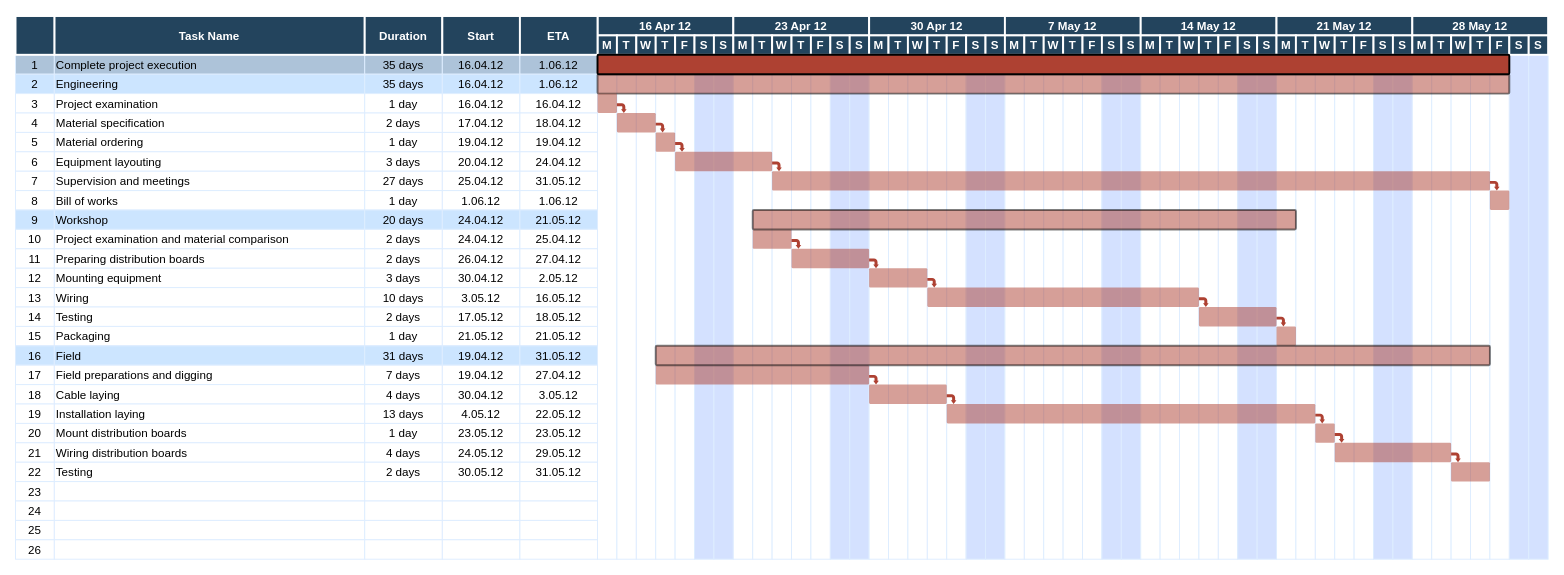
LiLiJacky/graphData keeps this draw.io diagram as page "Page-1" (1 of 2) of 甘特图.drawio. Above is the earlier version. Source tidied: cells renumbered, new cells numbered last; positions are measured from the earlier drawing's top-left corner, leaving out a move shared by most shapes. Both pictures are drawn from the tidied source at 97%, with x=0, y=0 at pixel (15, 16).
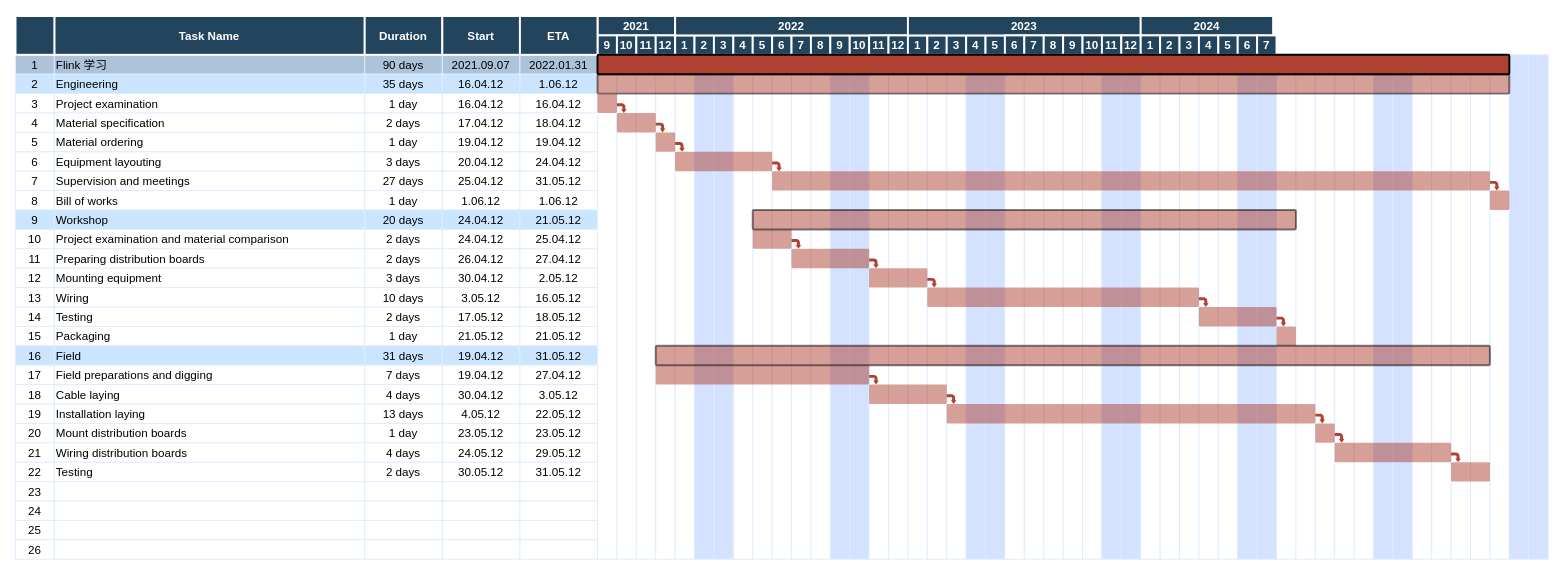
The same page after the edit.

Commit message (it also covers changes not shown here):
更新甘特图.drawio

Diff of the diagram source:
```diff
@@
-    <mxCell id="3" value="Complete project execution" style="align=left;strokeColor=#DEEDFF;fillColor=#ADC3D9;" parent="1" vertex="1">
+    <mxCell id="3" value="Flink 学习" style="align=left;strokeColor=#DEEDFF;fillColor=#ADC3D9;" parent="1" vertex="1">
       <mxGeometry x="40.5" y="40" width="320" height="20" as="geometry" />
     </mxCell>
-    <mxCell id="4" value="35 days" style="strokeColor=#DEEDFF;fillColor=#ADC3D9;" parent="1" vertex="1">
+    <mxCell id="4" value="90 days" style="strokeColor=#DEEDFF;fillColor=#ADC3D9;" parent="1" vertex="1">
       <mxGeometry x="360.5" y="40" width="80" height="20" as="geometry" />
     </mxCell>
-    <mxCell id="5" value="16.04.12" style="strokeColor=#DEEDFF;fillColor=#ADC3D9;" parent="1" vertex="1">
+    <mxCell id="5" value="2021.09.07" style="strokeColor=#DEEDFF;fillColor=#ADC3D9;" parent="1" vertex="1">
       <mxGeometry x="440.5" y="40" width="80" height="20" as="geometry" />
     </mxCell>
-    <mxCell id="6" value="1.06.12" style="strokeColor=#DEEDFF;fillColor=#ADC3D9;" parent="1" vertex="1">
+    <mxCell id="6" value="2022.01.31" style="strokeColor=#DEEDFF;fillColor=#ADC3D9;" parent="1" vertex="1">
       <mxGeometry x="520.5" y="40" width="80" height="20" as="geometry" />
     </mxCell>
@@
-    <mxCell id="183" value="16 Apr 12" style="fillColor=#23445D;strokeColor=#FFFFFF;strokeWidth=2;fontColor=#FFFFFF;fontStyle=1;" parent="1" vertex="1">
-      <mxGeometry x="600.5" width="140" height="20" as="geometry" />
+    <mxCell id="183" value="2021" style="fillColor=#23445D;strokeColor=#FFFFFF;strokeWidth=2;fontColor=#FFFFFF;fontStyle=1;" parent="1" vertex="1">
+      <mxGeometry x="600.5" width="80" height="20" as="geometry" />
     </mxCell>
-    <mxCell id="184" value="M" style="fillColor=#23445D;strokeColor=#FFFFFF;strokeWidth=2;fontColor=#FFFFFF;fontStyle=1;" parent="1" vertex="1">
+    <mxCell id="184" value="9" style="fillColor=#23445D;strokeColor=#FFFFFF;strokeWidth=2;fontColor=#FFFFFF;fontStyle=1;" parent="1" vertex="1">
       <mxGeometry x="600.5" y="20" width="20" height="20" as="geometry" />
     </mxCell>
-    <mxCell id="185" value="T" style="fillColor=#23445D;strokeColor=#FFFFFF;strokeWidth=2;fontColor=#FFFFFF;fontStyle=1;" parent="1" vertex="1">
+    <mxCell id="185" value="10" style="fillColor=#23445D;strokeColor=#FFFFFF;strokeWidth=2;fontColor=#FFFFFF;fontStyle=1;" parent="1" vertex="1">
       <mxGeometry x="620.5" y="20" width="20" height="20" as="geometry" />
     </mxCell>
-    <mxCell id="186" value="W" style="fillColor=#23445D;strokeColor=#FFFFFF;strokeWidth=2;fontColor=#FFFFFF;fontStyle=1;" parent="1" vertex="1">
+    <mxCell id="186" value="11" style="fillColor=#23445D;strokeColor=#FFFFFF;strokeWidth=2;fontColor=#FFFFFF;fontStyle=1;" parent="1" vertex="1">
       <mxGeometry x="640.5" y="20" width="20" height="20" as="geometry" />
     </mxCell>
-    <mxCell id="187" value="T" style="fillColor=#23445D;strokeColor=#FFFFFF;strokeWidth=2;fontColor=#FFFFFF;fontStyle=1;" parent="1" vertex="1">
+    <mxCell id="187" value="12" style="fillColor=#23445D;strokeColor=#FFFFFF;strokeWidth=2;fontColor=#FFFFFF;fontStyle=1;" parent="1" vertex="1">
       <mxGeometry x="660.5" y="20" width="20" height="20" as="geometry" />
     </mxCell>
-    <mxCell id="188" value="F" style="fillColor=#23445D;strokeColor=#FFFFFF;strokeWidth=2;fontColor=#FFFFFF;fontStyle=1;" parent="1" vertex="1">
+    <mxCell id="188" value="1" style="fillColor=#23445D;strokeColor=#FFFFFF;strokeWidth=2;fontColor=#FFFFFF;fontStyle=1;" parent="1" vertex="1">
       <mxGeometry x="680.5" y="20" width="20" height="20" as="geometry" />
     </mxCell>
-    <mxCell id="189" value="S" style="fillColor=#23445D;strokeColor=#FFFFFF;strokeWidth=2;fontColor=#FFFFFF;fontStyle=1;" parent="1" vertex="1">
+    <mxCell id="189" value="2" style="fillColor=#23445D;strokeColor=#FFFFFF;strokeWidth=2;fontColor=#FFFFFF;fontStyle=1;" parent="1" vertex="1">
       <mxGeometry x="700.5" y="20" width="20" height="20" as="geometry" />
     </mxCell>
-    <mxCell id="190" value="S" style="fillColor=#23445D;strokeColor=#FFFFFF;strokeWidth=2;fontColor=#FFFFFF;fontStyle=1;" parent="1" vertex="1">
+    <mxCell id="190" value="3" style="fillColor=#23445D;strokeColor=#FFFFFF;strokeWidth=2;fontColor=#FFFFFF;fontStyle=1;" parent="1" vertex="1">
       <mxGeometry x="720.5" y="20" width="20" height="20" as="geometry" />
     </mxCell>
@@
-    <mxCell id="194" value="23 Apr 12" style="fillColor=#23445D;strokeColor=#FFFFFF;strokeWidth=2;fontColor=#FFFFFF;fontStyle=1;" parent="1" vertex="1">
-      <mxGeometry x="740.5" width="140" height="20" as="geometry" />
-    </mxCell>
-    <mxCell id="195" value="M" style="fillColor=#23445D;strokeColor=#FFFFFF;strokeWidth=2;fontColor=#FFFFFF;fontStyle=1;" parent="1" vertex="1">
+    <mxCell id="195" value="4" style="fillColor=#23445D;strokeColor=#FFFFFF;strokeWidth=2;fontColor=#FFFFFF;fontStyle=1;" parent="1" vertex="1">
       <mxGeometry x="740.5" y="20" width="20" height="20" as="geometry" />
     </mxCell>
-    <mxCell id="196" value="T" style="fillColor=#23445D;strokeColor=#FFFFFF;strokeWidth=2;fontColor=#FFFFFF;fontStyle=1;" parent="1" vertex="1">
+    <mxCell id="196" value="5" style="fillColor=#23445D;strokeColor=#FFFFFF;strokeWidth=2;fontColor=#FFFFFF;fontStyle=1;" parent="1" vertex="1">
       <mxGeometry x="760.5" y="20" width="20" height="20" as="geometry" />
     </mxCell>
-    <mxCell id="197" value="W" style="fillColor=#23445D;strokeColor=#FFFFFF;strokeWidth=2;fontColor=#FFFFFF;fontStyle=1;" parent="1" vertex="1">
+    <mxCell id="197" value="6" style="fillColor=#23445D;strokeColor=#FFFFFF;strokeWidth=2;fontColor=#FFFFFF;fontStyle=1;" parent="1" vertex="1">
       <mxGeometry x="780.5" y="20" width="20" height="20" as="geometry" />
     </mxCell>
-    <mxCell id="198" value="T" style="fillColor=#23445D;strokeColor=#FFFFFF;strokeWidth=2;fontColor=#FFFFFF;fontStyle=1;" parent="1" vertex="1">
+    <mxCell id="198" value="7" style="fillColor=#23445D;strokeColor=#FFFFFF;strokeWidth=2;fontColor=#FFFFFF;fontStyle=1;" parent="1" vertex="1">
       <mxGeometry x="800.5" y="20" width="20" height="20" as="geometry" />
     </mxCell>
-    <mxCell id="199" value="F" style="fillColor=#23445D;strokeColor=#FFFFFF;strokeWidth=2;fontColor=#FFFFFF;fontStyle=1;" parent="1" vertex="1">
+    <mxCell id="199" value="8" style="fillColor=#23445D;strokeColor=#FFFFFF;strokeWidth=2;fontColor=#FFFFFF;fontStyle=1;" parent="1" vertex="1">
       <mxGeometry x="820.5" y="20" width="20" height="20" as="geometry" />
     </mxCell>
-    <mxCell id="200" value="S" style="fillColor=#23445D;strokeColor=#FFFFFF;strokeWidth=2;fontColor=#FFFFFF;fontStyle=1;" parent="1" vertex="1">
+    <mxCell id="200" value="9" style="fillColor=#23445D;strokeColor=#FFFFFF;strokeWidth=2;fontColor=#FFFFFF;fontStyle=1;" parent="1" vertex="1">
       <mxGeometry x="840.5" y="20" width="20" height="20" as="geometry" />
     </mxCell>
-    <mxCell id="201" value="S" style="fillColor=#23445D;strokeColor=#FFFFFF;strokeWidth=2;fontColor=#FFFFFF;fontStyle=1;" parent="1" vertex="1">
+    <mxCell id="201" value="10" style="fillColor=#23445D;strokeColor=#FFFFFF;strokeWidth=2;fontColor=#FFFFFF;fontStyle=1;" parent="1" vertex="1">
       <mxGeometry x="860.5" y="20" width="20" height="20" as="geometry" />
     </mxCell>
-    <mxCell id="202" value="30 Apr 12" style="fillColor=#23445D;strokeColor=#FFFFFF;strokeWidth=2;fontColor=#FFFFFF;fontStyle=1;" parent="1" vertex="1">
-      <mxGeometry x="880.5" width="140" height="20" as="geometry" />
+    <mxCell id="202" value="2022" style="fillColor=#23445D;strokeColor=#FFFFFF;strokeWidth=2;fontColor=#FFFFFF;fontStyle=1;" parent="1" vertex="1">
+      <mxGeometry x="680.5" width="240" height="20" as="geometry" />
     </mxCell>
-    <mxCell id="203" value="M" style="fillColor=#23445D;strokeColor=#FFFFFF;strokeWidth=2;fontColor=#FFFFFF;fontStyle=1;" parent="1" vertex="1">
+    <mxCell id="203" value="11" style="fillColor=#23445D;strokeColor=#FFFFFF;strokeWidth=2;fontColor=#FFFFFF;fontStyle=1;" parent="1" vertex="1">
       <mxGeometry x="880.5" y="20" width="20" height="20" as="geometry" />
     </mxCell>
-    <mxCell id="204" value="T" style="fillColor=#23445D;strokeColor=#FFFFFF;strokeWidth=2;fontColor=#FFFFFF;fontStyle=1;" parent="1" vertex="1">
+    <mxCell id="204" value="12" style="fillColor=#23445D;strokeColor=#FFFFFF;strokeWidth=2;fontColor=#FFFFFF;fontStyle=1;" parent="1" vertex="1">
       <mxGeometry x="900.5" y="20" width="20" height="20" as="geometry" />
     </mxCell>
-    <mxCell id="205" value="W" style="fillColor=#23445D;strokeColor=#FFFFFF;strokeWidth=2;fontColor=#FFFFFF;fontStyle=1;" parent="1" vertex="1">
+    <mxCell id="205" value="1" style="fillColor=#23445D;strokeColor=#FFFFFF;strokeWidth=2;fontColor=#FFFFFF;fontStyle=1;" parent="1" vertex="1">
       <mxGeometry x="920.5" y="20" width="20" height="20" as="geometry" />
     </mxCell>
-    <mxCell id="206" value="T" style="fillColor=#23445D;strokeColor=#FFFFFF;strokeWidth=2;fontColor=#FFFFFF;fontStyle=1;" parent="1" vertex="1">
+    <mxCell id="206" value="2" style="fillColor=#23445D;strokeColor=#FFFFFF;strokeWidth=2;fontColor=#FFFFFF;fontStyle=1;" parent="1" vertex="1">
       <mxGeometry x="940.5" y="20" width="20" height="20" as="geometry" />
     </mxCell>
-    <mxCell id="207" value="F" style="fillColor=#23445D;strokeColor=#FFFFFF;strokeWidth=2;fontColor=#FFFFFF;fontStyle=1;" parent="1" vertex="1">
+    <mxCell id="207" value="3" style="fillColor=#23445D;strokeColor=#FFFFFF;strokeWidth=2;fontColor=#FFFFFF;fontStyle=1;" parent="1" vertex="1">
       <mxGeometry x="960.5" y="20" width="20" height="20" as="geometry" />
     </mxCell>
-    <mxCell id="208" value="S" style="fillColor=#23445D;strokeColor=#FFFFFF;strokeWidth=2;fontColor=#FFFFFF;fontStyle=1;" parent="1" vertex="1">
+    <mxCell id="208" value="4" style="fillColor=#23445D;strokeColor=#FFFFFF;strokeWidth=2;fontColor=#FFFFFF;fontStyle=1;" parent="1" vertex="1">
       <mxGeometry x="980.5" y="20" width="20" height="20" as="geometry" />
     </mxCell>
-    <mxCell id="209" value="S" style="fillColor=#23445D;strokeColor=#FFFFFF;strokeWidth=2;fontColor=#FFFFFF;fontStyle=1;" parent="1" vertex="1">
+    <mxCell id="209" value="5" style="fillColor=#23445D;strokeColor=#FFFFFF;strokeWidth=2;fontColor=#FFFFFF;fontStyle=1;" parent="1" vertex="1">
       <mxGeometry x="1000.5" y="20" width="20" height="20" as="geometry" />
     </mxCell>
-    <mxCell id="210" value="7 May 12" style="fillColor=#23445D;strokeColor=#FFFFFF;strokeWidth=2;fontColor=#FFFFFF;fontStyle=1;" parent="1" vertex="1">
-      <mxGeometry x="1020.5" width="140" height="20" as="geometry" />
+    <mxCell id="210" value="2023" style="fillColor=#23445D;strokeColor=#FFFFFF;strokeWidth=2;fontColor=#FFFFFF;fontStyle=1;" parent="1" vertex="1">
+      <mxGeometry x="920.5" width="240" height="20" as="geometry" />
     </mxCell>
-    <mxCell id="211" value="M" style="fillColor=#23445D;strokeColor=#FFFFFF;strokeWidth=2;fontColor=#FFFFFF;fontStyle=1;" parent="1" vertex="1">
+    <mxCell id="211" value="6" style="fillColor=#23445D;strokeColor=#FFFFFF;strokeWidth=2;fontColor=#FFFFFF;fontStyle=1;" parent="1" vertex="1">
       <mxGeometry x="1020.5" y="20" width="20" height="20" as="geometry" />
     </mxCell>
-    <mxCell id="212" value="T" style="fillColor=#23445D;strokeColor=#FFFFFF;strokeWidth=2;fontColor=#FFFFFF;fontStyle=1;" parent="1" vertex="1">
+    <mxCell id="212" value="7" style="fillColor=#23445D;strokeColor=#FFFFFF;strokeWidth=2;fontColor=#FFFFFF;fontStyle=1;" parent="1" vertex="1">
       <mxGeometry x="1040.5" y="20" width="20" height="20" as="geometry" />
     </mxCell>
-    <mxCell id="213" value="W" style="fillColor=#23445D;strokeColor=#FFFFFF;strokeWidth=2;fontColor=#FFFFFF;fontStyle=1;" parent="1" vertex="1">
+    <mxCell id="213" value="8" style="fillColor=#23445D;strokeColor=#FFFFFF;strokeWidth=2;fontColor=#FFFFFF;fontStyle=1;" parent="1" vertex="1">
       <mxGeometry x="1060.5" y="20" width="20" height="20" as="geometry" />
     </mxCell>
-    <mxCell id="214" value="T" style="fillColor=#23445D;strokeColor=#FFFFFF;strokeWidth=2;fontColor=#FFFFFF;fontStyle=1;" parent="1" vertex="1">
+    <mxCell id="214" value="9" style="fillColor=#23445D;strokeColor=#FFFFFF;strokeWidth=2;fontColor=#FFFFFF;fontStyle=1;" parent="1" vertex="1">
       <mxGeometry x="1080.5" y="20" width="20" height="20" as="geometry" />
     </mxCell>
-    <mxCell id="215" value="F" style="fillColor=#23445D;strokeColor=#FFFFFF;strokeWidth=2;fontColor=#FFFFFF;fontStyle=1;" parent="1" vertex="1">
+    <mxCell id="215" value="10" style="fillColor=#23445D;strokeColor=#FFFFFF;strokeWidth=2;fontColor=#FFFFFF;fontStyle=1;" parent="1" vertex="1">
       <mxGeometry x="1100.5" y="20" width="20" height="20" as="geometry" />
     </mxCell>
-    <mxCell id="216" value="S" style="fillColor=#23445D;strokeColor=#FFFFFF;strokeWidth=2;fontColor=#FFFFFF;fontStyle=1;" parent="1" vertex="1">
+    <mxCell id="216" value="11" style="fillColor=#23445D;strokeColor=#FFFFFF;strokeWidth=2;fontColor=#FFFFFF;fontStyle=1;" parent="1" vertex="1">
       <mxGeometry x="1120.5" y="20" width="20" height="20" as="geometry" />
     </mxCell>
-    <mxCell id="217" value="S" style="fillColor=#23445D;strokeColor=#FFFFFF;strokeWidth=2;fontColor=#FFFFFF;fontStyle=1;" parent="1" vertex="1">
+    <mxCell id="217" value="12" style="fillColor=#23445D;strokeColor=#FFFFFF;strokeWidth=2;fontColor=#FFFFFF;fontStyle=1;" parent="1" vertex="1">
       <mxGeometry x="1140.5" y="20" width="20" height="20" as="geometry" />
     </mxCell>
-    <mxCell id="218" value="14 May 12" style="fillColor=#23445D;strokeColor=#FFFFFF;strokeWidth=2;fontColor=#FFFFFF;fontStyle=1;" parent="1" vertex="1">
-      <mxGeometry x="1160.5" width="140" height="20" as="geometry" />
+    <mxCell id="218" value="2024" style="fillColor=#23445D;strokeColor=#FFFFFF;strokeWidth=2;fontColor=#FFFFFF;fontStyle=1;" parent="1" vertex="1">
+      <mxGeometry x="1160.5" width="136.5" height="20" as="geometry" />
     </mxCell>
-    <mxCell id="219" value="M" style="fillColor=#23445D;strokeColor=#FFFFFF;strokeWidth=2;fontColor=#FFFFFF;fontStyle=1;" parent="1" vertex="1">
+    <mxCell id="219" value="1" style="fillColor=#23445D;strokeColor=#FFFFFF;strokeWidth=2;fontColor=#FFFFFF;fontStyle=1;" parent="1" vertex="1">
       <mxGeometry x="1160.5" y="20" width="20" height="20" as="geometry" />
     </mxCell>
-    <mxCell id="220" value="T" style="fillColor=#23445D;strokeColor=#FFFFFF;strokeWidth=2;fontColor=#FFFFFF;fontStyle=1;" parent="1" vertex="1">
+    <mxCell id="220" value="2" style="fillColor=#23445D;strokeColor=#FFFFFF;strokeWidth=2;fontColor=#FFFFFF;fontStyle=1;" parent="1" vertex="1">
       <mxGeometry x="1180.5" y="20" width="20" height="20" as="geometry" />
     </mxCell>
-    <mxCell id="221" value="W" style="fillColor=#23445D;strokeColor=#FFFFFF;strokeWidth=2;fontColor=#FFFFFF;fontStyle=1;" parent="1" vertex="1">
+    <mxCell id="221" value="3" style="fillColor=#23445D;strokeColor=#FFFFFF;strokeWidth=2;fontColor=#FFFFFF;fontStyle=1;" parent="1" vertex="1">
       <mxGeometry x="1200.5" y="20" width="20" height="20" as="geometry" />
     </mxCell>
-    <mxCell id="222" value="T" style="fillColor=#23445D;strokeColor=#FFFFFF;strokeWidth=2;fontColor=#FFFFFF;fontStyle=1;" parent="1" vertex="1">
+    <mxCell id="222" value="4" style="fillColor=#23445D;strokeColor=#FFFFFF;strokeWidth=2;fontColor=#FFFFFF;fontStyle=1;" parent="1" vertex="1">
       <mxGeometry x="1220.5" y="20" width="20" height="20" as="geometry" />
     </mxCell>
-    <mxCell id="223" value="F" style="fillColor=#23445D;strokeColor=#FFFFFF;strokeWidth=2;fontColor=#FFFFFF;fontStyle=1;" parent="1" vertex="1">
+    <mxCell id="223" value="5" style="fillColor=#23445D;strokeColor=#FFFFFF;strokeWidth=2;fontColor=#FFFFFF;fontStyle=1;" parent="1" vertex="1">
       <mxGeometry x="1240.5" y="20" width="20" height="20" as="geometry" />
     </mxCell>
-    <mxCell id="224" value="S" style="fillColor=#23445D;strokeColor=#FFFFFF;strokeWidth=2;fontColor=#FFFFFF;fontStyle=1;" parent="1" vertex="1">
+    <mxCell id="224" value="6" style="fillColor=#23445D;strokeColor=#FFFFFF;strokeWidth=2;fontColor=#FFFFFF;fontStyle=1;" parent="1" vertex="1">
       <mxGeometry x="1260.5" y="20" width="20" height="20" as="geometry" />
     </mxCell>
-    <mxCell id="225" value="S" style="fillColor=#23445D;strokeColor=#FFFFFF;strokeWidth=2;fontColor=#FFFFFF;fontStyle=1;" parent="1" vertex="1">
+    <mxCell id="225" value="7" style="fillColor=#23445D;strokeColor=#FFFFFF;strokeWidth=2;fontColor=#FFFFFF;fontStyle=1;" parent="1" vertex="1">
       <mxGeometry x="1280.5" y="20" width="20" height="20" as="geometry" />
     </mxCell>
-    <mxCell id="226" value="21 May 12" style="fillColor=#23445D;strokeColor=#FFFFFF;strokeWidth=2;fontColor=#FFFFFF;fontStyle=1;" parent="1" vertex="1">
-      <mxGeometry x="1300.5" width="140" height="20" as="geometry" />
-    </mxCell>
-    <mxCell id="227" value="M" style="fillColor=#23445D;strokeColor=#FFFFFF;strokeWidth=2;fontColor=#FFFFFF;fontStyle=1;" parent="1" vertex="1">
-      <mxGeometry x="1300.5" y="20" width="20" height="20" as="geometry" />
-    </mxCell>
-    <mxCell id="228" value="T" style="fillColor=#23445D;strokeColor=#FFFFFF;strokeWidth=2;fontColor=#FFFFFF;fontStyle=1;" parent="1" vertex="1">
-      <mxGeometry x="1320.5" y="20" width="20" height="20" as="geometry" />
-    </mxCell>
-    <mxCell id="229" value="W" style="fillColor=#23445D;strokeColor=#FFFFFF;strokeWidth=2;fontColor=#FFFFFF;fontStyle=1;" parent="1" vertex="1">
-      <mxGeometry x="1340.5" y="20" width="20" height="20" as="geometry" />
-    </mxCell>
-    <mxCell id="230" value="T" style="fillColor=#23445D;strokeColor=#FFFFFF;strokeWidth=2;fontColor=#FFFFFF;fontStyle=1;" parent="1" vertex="1">
-      <mxGeometry x="1360.5" y="20" width="20" height="20" as="geometry" />
-    </mxCell>
-    <mxCell id="231" value="F" style="fillColor=#23445D;strokeColor=#FFFFFF;strokeWidth=2;fontColor=#FFFFFF;fontStyle=1;" parent="1" vertex="1">
-      <mxGeometry x="1380.5" y="20" width="20" height="20" as="geometry" />
-    </mxCell>
-    <mxCell id="232" value="S" style="fillColor=#23445D;strokeColor=#FFFFFF;strokeWidth=2;fontColor=#FFFFFF;fontStyle=1;" parent="1" vertex="1">
-      <mxGeometry x="1400.5" y="20" width="20" height="20" as="geometry" />
-    </mxCell>
-    <mxCell id="233" value="S" style="fillColor=#23445D;strokeColor=#FFFFFF;strokeWidth=2;fontColor=#FFFFFF;fontStyle=1;" parent="1" vertex="1">
-      <mxGeometry x="1420.5" y="20" width="20" height="20" as="geometry" />
-    </mxCell>
-    <mxCell id="234" value="28 May 12" style="fillColor=#23445D;strokeColor=#FFFFFF;strokeWidth=2;fontColor=#FFFFFF;fontStyle=1;" parent="1" vertex="1">
-      <mxGeometry x="1440.5" width="140" height="20" as="geometry" />
-    </mxCell>
-    <mxCell id="235" value="M" style="fillColor=#23445D;strokeColor=#FFFFFF;strokeWidth=2;fontColor=#FFFFFF;fontStyle=1;" parent="1" vertex="1">
-      <mxGeometry x="1440.5" y="20" width="20" height="20" as="geometry" />
-    </mxCell>
-    <mxCell id="236" value="T" style="fillColor=#23445D;strokeColor=#FFFFFF;strokeWidth=2;fontColor=#FFFFFF;fontStyle=1;" parent="1" vertex="1">
-      <mxGeometry x="1460.5" y="20" width="20" height="20" as="geometry" />
-    </mxCell>
-    <mxCell id="237" value="W" style="fillColor=#23445D;strokeColor=#FFFFFF;strokeWidth=2;fontColor=#FFFFFF;fontStyle=1;" parent="1" vertex="1">
-      <mxGeometry x="1480.5" y="20" width="20" height="20" as="geometry" />
-    </mxCell>
-    <mxCell id="238" value="T" style="fillColor=#23445D;strokeColor=#FFFFFF;strokeWidth=2;fontColor=#FFFFFF;fontStyle=1;" parent="1" vertex="1">
-      <mxGeometry x="1500.5" y="20" width="20" height="20" as="geometry" />
-    </mxCell>
-    <mxCell id="239" value="F" style="fillColor=#23445D;strokeColor=#FFFFFF;strokeWidth=2;fontColor=#FFFFFF;fontStyle=1;" parent="1" vertex="1">
-      <mxGeometry x="1520.5" y="20" width="20" height="20" as="geometry" />
-    </mxCell>
-    <mxCell id="240" value="S" style="fillColor=#23445D;strokeColor=#FFFFFF;strokeWidth=2;fontColor=#FFFFFF;fontStyle=1;" parent="1" vertex="1">
-      <mxGeometry x="1540.5" y="20" width="20" height="20" as="geometry" />
-    </mxCell>
-    <mxCell id="241" value="S" style="fillColor=#23445D;strokeColor=#FFFFFF;strokeWidth=2;fontColor=#FFFFFF;fontStyle=1;" parent="1" vertex="1">
-      <mxGeometry x="1560.5" y="20" width="20" height="20" as="geometry" />
-    </mxCell>
```
